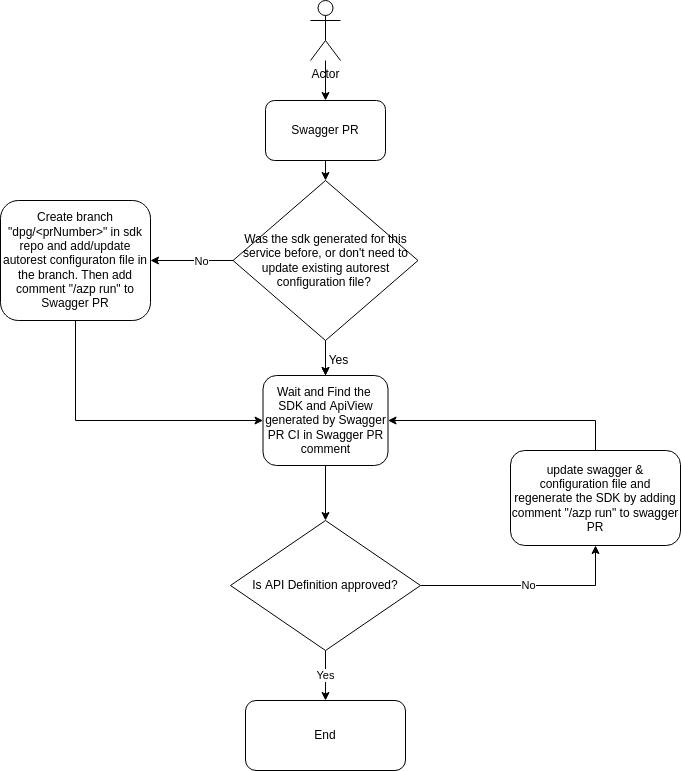
The draw.io diagram documentation/onboard-dpg-in-sdkautomation/workflow-service-team.png in Azure/azure-rest-api-specs, before a commit. Source tidied: cells renumbered, new cells last; positions are measured from the earlier drawing's top-left corner, leaving out a move shared by most shapes.
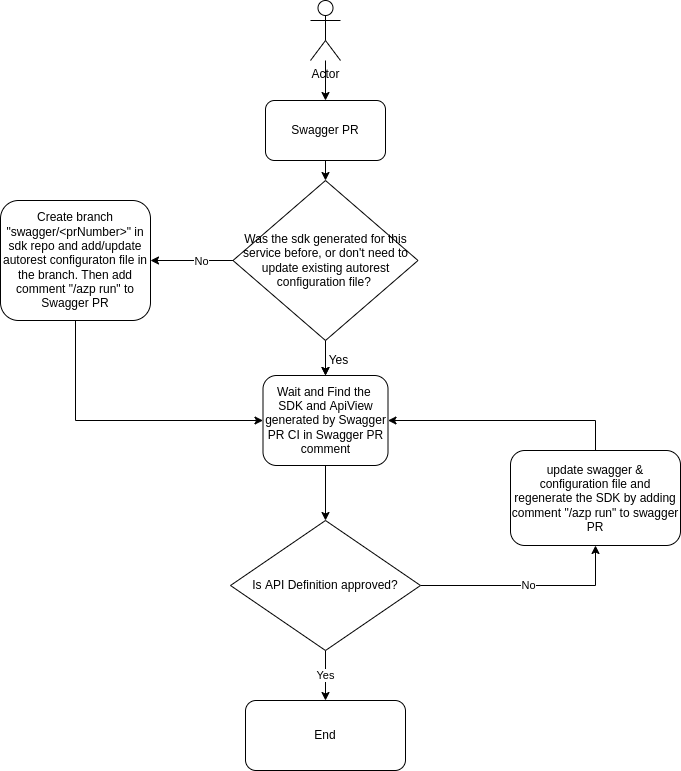
After the commit.

Commit message:
change dpg/prNumber to swagger/prNumber

What changed in the source:
```diff
@@ -61,7 +61,7 @@
     <mxCell id="20" style="edgeStyle=orthogonalEdgeStyle;rounded=0;jettySize=auto;html=1;exitX=0.5;exitY=1;exitDx=0;exitDy=0;entryX=0;entryY=0.5;entryDx=0;entryDy=0;" parent="1" edge="1" source="21" target="18">
       <mxGeometry relative="1" as="geometry" />
     </mxCell>
-    <mxCell id="21" value="Create branch &quot;dpg/&amp;lt;prNumber&amp;gt;&quot; in sdk repo and add/update autorest configuraton file in the branch. Then add comment &quot;/azp run&quot; to Swagger PR" style="rounded=1;whiteSpace=wrap;html=1;" parent="1" vertex="1">
+    <mxCell id="21" value="Create branch &quot;swagger/&amp;lt;prNumber&amp;gt;&quot; in sdk repo and add/update autorest configuraton file in the branch. Then add comment &quot;/azp run&quot; to Swagger PR" style="rounded=1;whiteSpace=wrap;html=1;" parent="1" vertex="1">
       <mxGeometry y="200" width="150" height="120" as="geometry" />
     </mxCell>
   </root>
```
